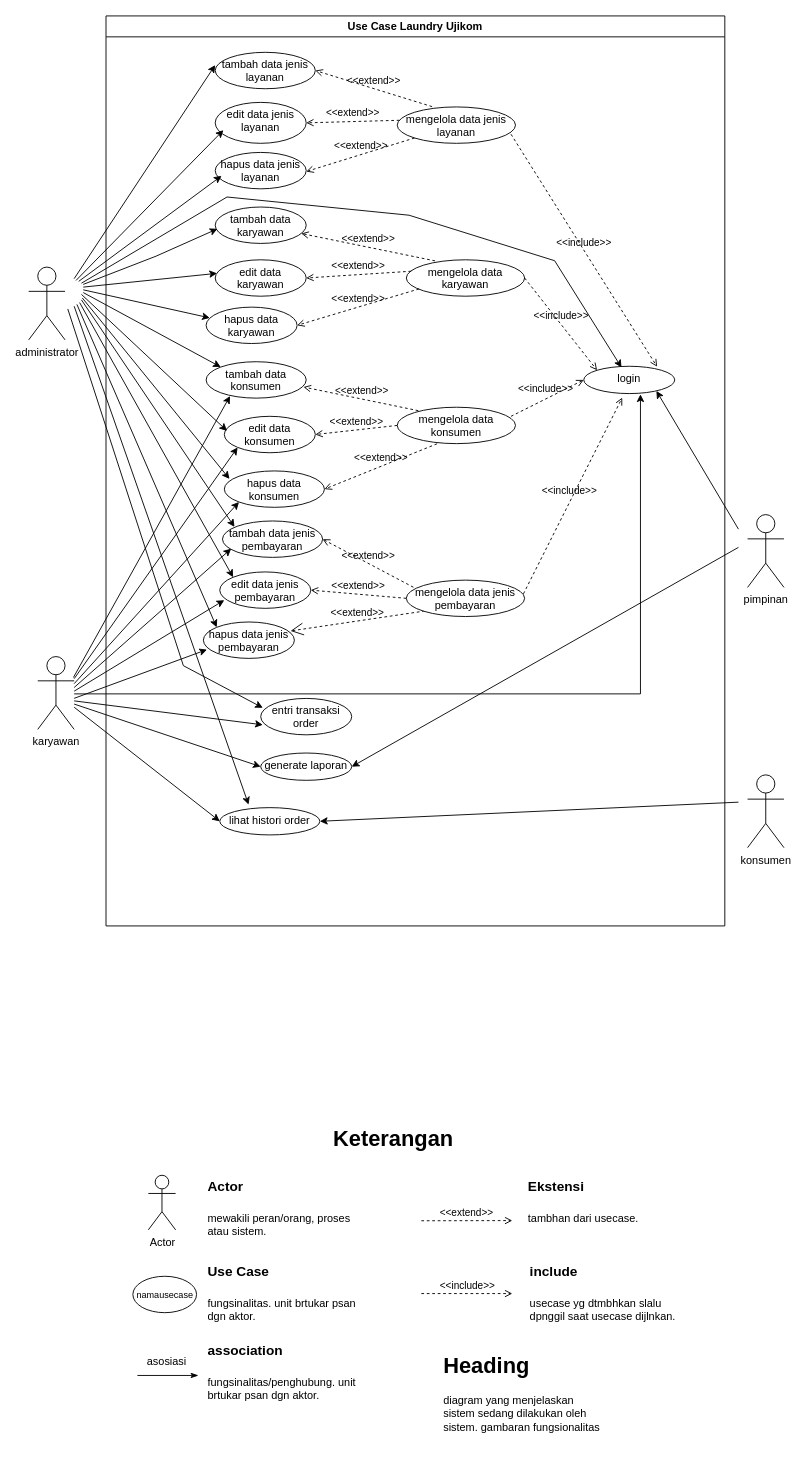
This is page "page-3" (3 of 6) of Desain Ujikom.drawio from alditasptnsr/ujikom_aldita, a draw.io file, before an edit. Source tidied: cells renumbered, new cells numbered last; positions are measured from the earlier drawing's top-left corner, leaving out a move shared by most shapes. Both pictures are drawn from the tidied source at 91%, with x=0, y=0 at pixel (28, 15).
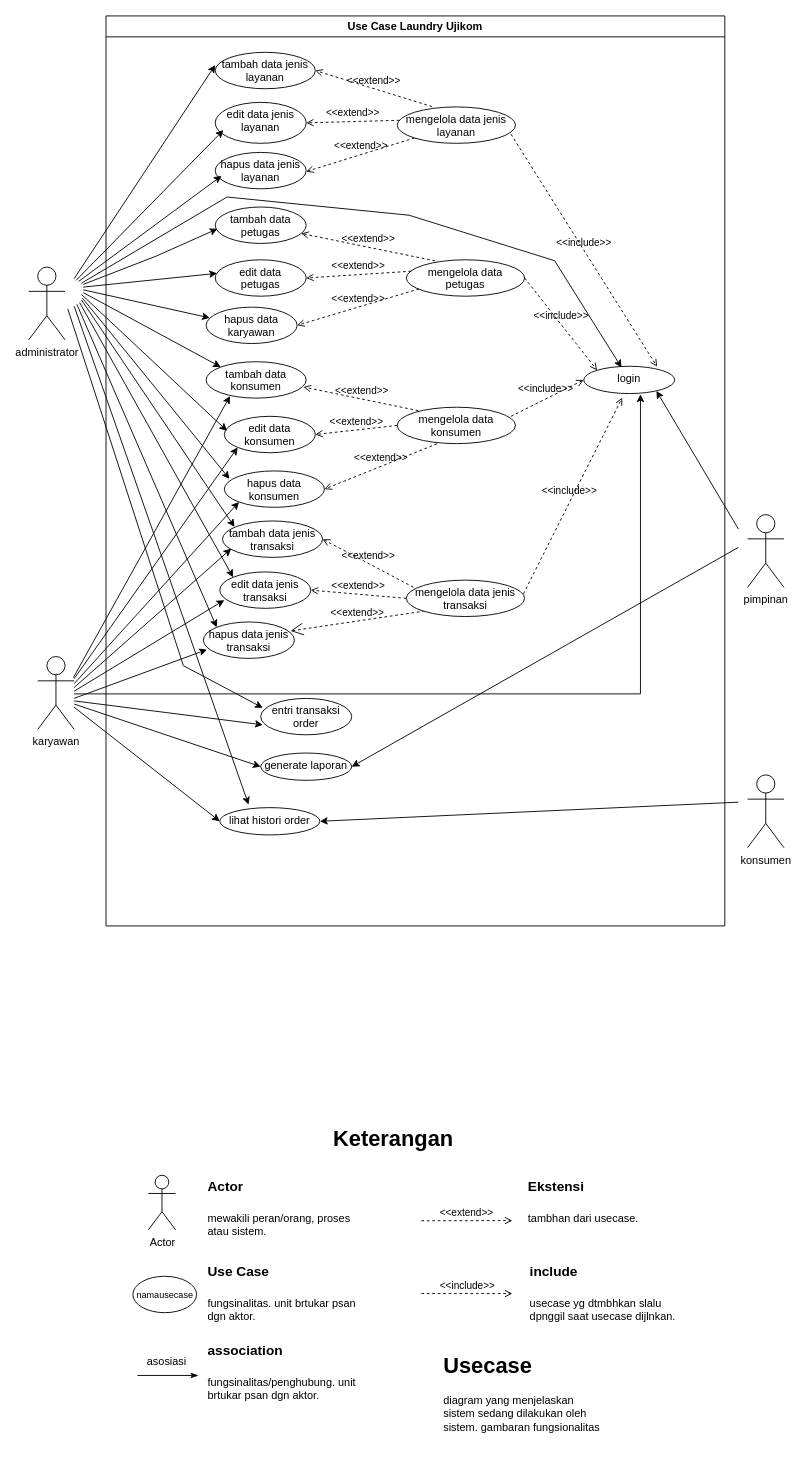
The same page after the edit.

Unchanged cells that the change refers to:
```xml
<mxCell id="2" value="Use Case Laundry Ujikom" style="swimlane;whiteSpace=wrap;html=1;" parent="1" vertex="1">
  <mxGeometry x="85" width="680" height="1000" as="geometry" />
</mxCell>
```

Change to the diagram source:
```diff
@@
-    <mxCell id="6" value="tambah data karyawan" style="ellipse;whiteSpace=wrap;html=1;verticalAlign=top;" parent="2" vertex="1">
+    <mxCell id="6" value="tambah data petugas" style="ellipse;whiteSpace=wrap;html=1;verticalAlign=top;" parent="2" vertex="1">
       <mxGeometry x="120" y="210" width="100" height="40" as="geometry" />
     </mxCell>
-    <mxCell id="7" value="edit data &lt;br&gt;karyawan" style="ellipse;whiteSpace=wrap;html=1;verticalAlign=top;" parent="2" vertex="1">
+    <mxCell id="7" value="edit data &lt;br&gt;petugas" style="ellipse;whiteSpace=wrap;html=1;verticalAlign=top;" parent="2" vertex="1">
       <mxGeometry x="120" y="268" width="100" height="40" as="geometry" />
     </mxCell>
-    <mxCell id="8" value="tambah data jenis pembayaran" style="ellipse;whiteSpace=wrap;html=1;verticalAlign=top;" parent="2" vertex="1">
+    <mxCell id="8" value="tambah data jenis transaksi" style="ellipse;whiteSpace=wrap;html=1;verticalAlign=top;" parent="2" vertex="1">
       <mxGeometry x="128" y="555" width="110" height="40" as="geometry" />
     </mxCell>
-    <mxCell id="9" value="edit data jenis pembayaran" style="ellipse;whiteSpace=wrap;html=1;verticalAlign=top;" parent="2" vertex="1">
+    <mxCell id="9" value="edit data jenis transaksi" style="ellipse;whiteSpace=wrap;html=1;verticalAlign=top;" parent="2" vertex="1">
       <mxGeometry x="125" y="611" width="100" height="40" as="geometry" />
     </mxCell>
@@
-    <mxCell id="14" value="hapus data jenis pembayaran" style="ellipse;whiteSpace=wrap;html=1;verticalAlign=top;" parent="2" vertex="1">
+    <mxCell id="14" value="hapus data jenis transaksi" style="ellipse;whiteSpace=wrap;html=1;verticalAlign=top;" parent="2" vertex="1">
       <mxGeometry x="107" y="666" width="100" height="40" as="geometry" />
     </mxCell>
@@
-    <mxCell id="20" value="mengelola data karyawan" style="ellipse;whiteSpace=wrap;html=1;verticalAlign=top;" parent="2" vertex="1">
+    <mxCell id="20" value="mengelola data petugas" style="ellipse;whiteSpace=wrap;html=1;verticalAlign=top;" parent="2" vertex="1">
       <mxGeometry x="330" y="268" width="130" height="40" as="geometry" />
     </mxCell>
@@
-    <mxCell id="22" value="mengelola data jenis pembayaran" style="ellipse;whiteSpace=wrap;html=1;verticalAlign=top;" parent="2" vertex="1">
+    <mxCell id="22" value="mengelola data jenis transaksi" style="ellipse;whiteSpace=wrap;html=1;verticalAlign=top;" parent="2" vertex="1">
       <mxGeometry x="330" y="620" width="130" height="40" as="geometry" />
     </mxCell>
@@
-    <mxCell id="84" value="&lt;h1&gt;Heading&lt;/h1&gt;&lt;p&gt;diagram yang menjelaskan&amp;nbsp; sistem sedang dilakukan oleh sistem. gambaran fungsionalitas&lt;/p&gt;" style="text;html=1;strokeColor=none;fillColor=none;spacing=5;spacingTop=-20;whiteSpace=wrap;overflow=hidden;rounded=0;" parent="1" vertex="1">
+    <mxCell id="84" value="&lt;h1&gt;Usecase&lt;/h1&gt;&lt;p&gt;diagram yang menjelaskan&amp;nbsp; sistem sedang dilakukan oleh sistem. gambaran fungsionalitas&lt;/p&gt;" style="text;html=1;strokeColor=none;fillColor=none;spacing=5;spacingTop=-20;whiteSpace=wrap;overflow=hidden;rounded=0;" parent="1" vertex="1">
       <mxGeometry x="450.5" y="1464" width="190" height="120" as="geometry" />
     </mxCell>
```
